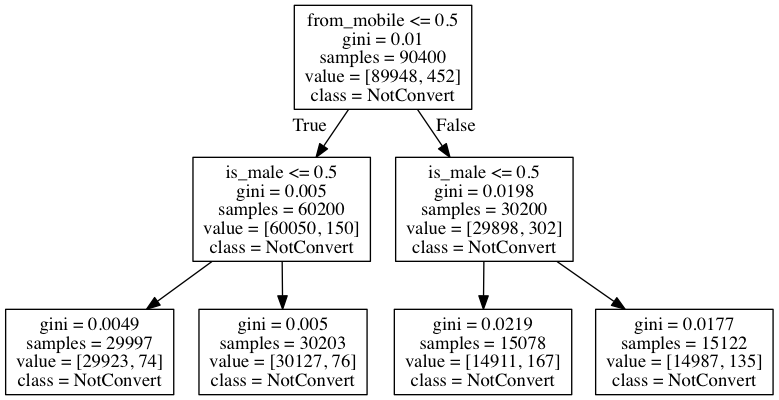
Earlier version of the Graphviz export 05.FunnelAnalysis/tree.png (stasi009/TakeHomeDataChallenges). Its source is kept beside it as 05.FunnelAnalysis/tree.dot. Its diagram source:
```dot
digraph Tree {
node [shape=box] ;
0 [label="from_mobile <= 0.5\ngini = 0.01\nsamples = 90400\nvalue = [89948, 452]\nclass = NotConvert"] ;
1 [label="is_male <= 0.5\ngini = 0.005\nsamples = 60200\nvalue = [60050, 150]\nclass = NotConvert"] ;
0 -> 1 [labeldistance=2.5, labelangle=45, headlabel="True"] ;
2 [label="gini = 0.0049\nsamples = 29997\nvalue = [29923, 74]\nclass = NotConvert"] ;
1 -> 2 ;
3 [label="gini = 0.005\nsamples = 30203\nvalue = [30127, 76]\nclass = NotConvert"] ;
1 -> 3 ;
4 [label="is_male <= 0.5\ngini = 0.0198\nsamples = 30200\nvalue = [29898, 302]\nclass = NotConvert"] ;
0 -> 4 [labeldistance=2.5, labelangle=-45, headlabel="False"] ;
5 [label="gini = 0.0219\nsamples = 15078\nvalue = [14911, 167]\nclass = NotConvert"] ;
4 -> 5 ;
6 [label="gini = 0.0177\nsamples = 15122\nvalue = [14987, 135]\nclass = NotConvert"] ;
4 -> 6 ;
}
```
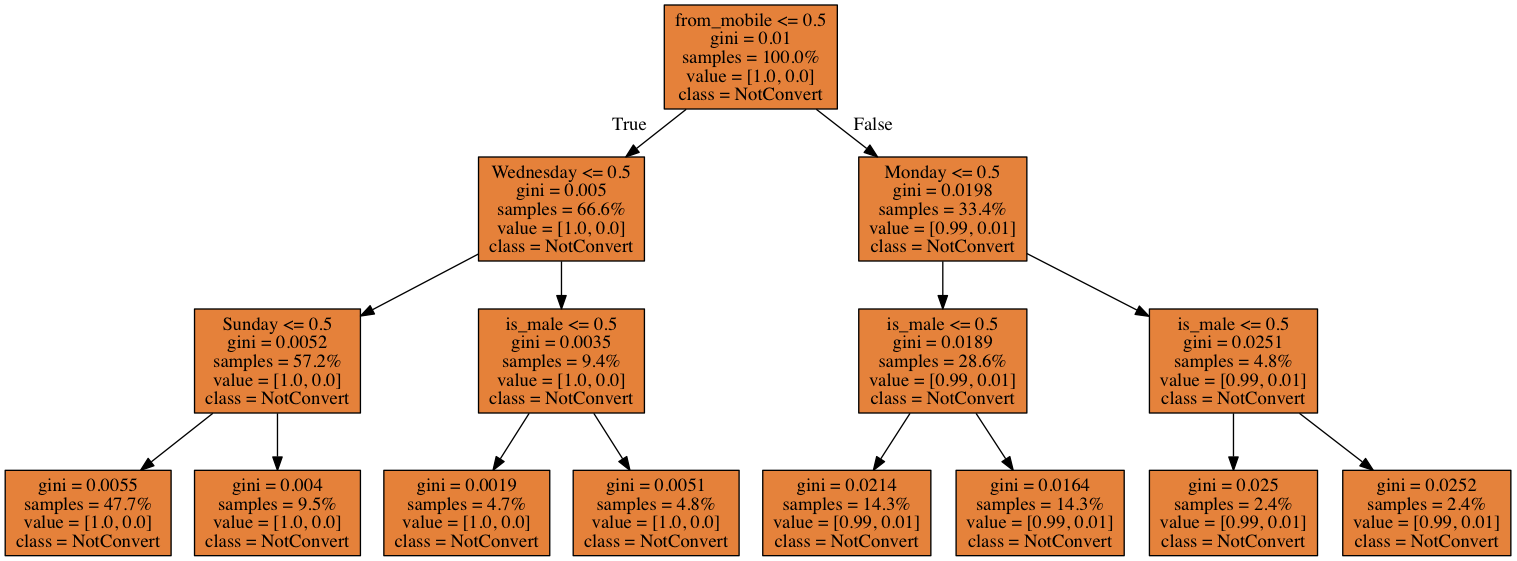
The same file after the commit.

The edit, as a diff of the source:
```diff
@@ -1,16 +1,37 @@
 digraph Tree {
-node [shape=box] ;
-0 [label="from_mobile <= 0.5\ngini = 0.01\nsamples = 90400\nvalue = [89948, 452]\nclass = NotConvert"] ;
-1 [label="is_male <= 0.5\ngini = 0.005\nsamples = 60200\nvalue = [60050, 150]\nclass = NotConvert"] ;
+node [shape=box, style="filled", color="black"] ;
+graph [ranksep=equally, splines=polyline] ;
+0 [label="from_mobile <= 0.5\ngini = 0.01\nsamples = 100.0%\nvalue = [1.0, 0.0]\nclass = NotConvert", fillcolor="#e58139fe"] ;
+1 [label="Wednesday <= 0.5\ngini = 0.005\nsamples = 66.6%\nvalue = [1.0, 0.0]\nclass = NotConvert", fillcolor="#e58139fe"] ;
 0 -> 1 [labeldistance=2.5, labelangle=45, headlabel="True"] ;
-2 [label="gini = 0.0049\nsamples = 29997\nvalue = [29923, 74]\nclass = NotConvert"] ;
+2 [label="Sunday <= 0.5\ngini = 0.0052\nsamples = 57.2%\nvalue = [1.0, 0.0]\nclass = NotConvert", fillcolor="#e58139fe"] ;
 1 -> 2 ;
-3 [label="gini = 0.005\nsamples = 30203\nvalue = [30127, 76]\nclass = NotConvert"] ;
-1 -> 3 ;
-4 [label="is_male <= 0.5\ngini = 0.0198\nsamples = 30200\nvalue = [29898, 302]\nclass = NotConvert"] ;
-0 -> 4 [labeldistance=2.5, labelangle=-45, headlabel="False"] ;
-5 [label="gini = 0.0219\nsamples = 15078\nvalue = [14911, 167]\nclass = NotConvert"] ;
-4 -> 5 ;
-6 [label="gini = 0.0177\nsamples = 15122\nvalue = [14987, 135]\nclass = NotConvert"] ;
-4 -> 6 ;
+3 [label="gini = 0.0055\nsamples = 47.7%\nvalue = [1.0, 0.0]\nclass = NotConvert", fillcolor="#e58139fe"] ;
+2 -> 3 ;
+4 [label="gini = 0.004\nsamples = 9.5%\nvalue = [1.0, 0.0]\nclass = NotConvert", fillcolor="#e58139fe"] ;
+2 -> 4 ;
+5 [label="is_male <= 0.5\ngini = 0.0035\nsamples = 9.4%\nvalue = [1.0, 0.0]\nclass = NotConvert", fillcolor="#e58139ff"] ;
+1 -> 5 ;
+6 [label="gini = 0.0019\nsamples = 4.7%\nvalue = [1.0, 0.0]\nclass = NotConvert", fillcolor="#e58139ff"] ;
+5 -> 6 ;
+7 [label="gini = 0.0051\nsamples = 4.8%\nvalue = [1.0, 0.0]\nclass = NotConvert", fillcolor="#e58139fe"] ;
+5 -> 7 ;
+8 [label="Monday <= 0.5\ngini = 0.0198\nsamples = 33.4%\nvalue = [0.99, 0.01]\nclass = NotConvert", fillcolor="#e58139fc"] ;
+0 -> 8 [labeldistance=2.5, labelangle=-45, headlabel="False"] ;
+9 [label="is_male <= 0.5\ngini = 0.0189\nsamples = 28.6%\nvalue = [0.99, 0.01]\nclass = NotConvert", fillcolor="#e58139fd"] ;
+8 -> 9 ;
+10 [label="gini = 0.0214\nsamples = 14.3%\nvalue = [0.99, 0.01]\nclass = NotConvert", fillcolor="#e58139fc"] ;
+9 -> 10 ;
+11 [label="gini = 0.0164\nsamples = 14.3%\nvalue = [0.99, 0.01]\nclass = NotConvert", fillcolor="#e58139fd"] ;
+9 -> 11 ;
+12 [label="is_male <= 0.5\ngini = 0.0251\nsamples = 4.8%\nvalue = [0.99, 0.01]\nclass = NotConvert", fillcolor="#e58139fc"] ;
+8 -> 12 ;
+13 [label="gini = 0.025\nsamples = 2.4%\nvalue = [0.99, 0.01]\nclass = NotConvert", fillcolor="#e58139fc"] ;
+12 -> 13 ;
+14 [label="gini = 0.0252\nsamples = 2.4%\nvalue = [0.99, 0.01]\nclass = NotConvert", fillcolor="#e58139fc"] ;
+12 -> 14 ;
+{rank=same ; 0} ;
+{rank=same ; 1; 8} ;
+{rank=same ; 2; 5; 9; 12} ;
+{rank=same ; 3; 4; 6; 7; 10; 11; 13; 14} ;
 }
```
